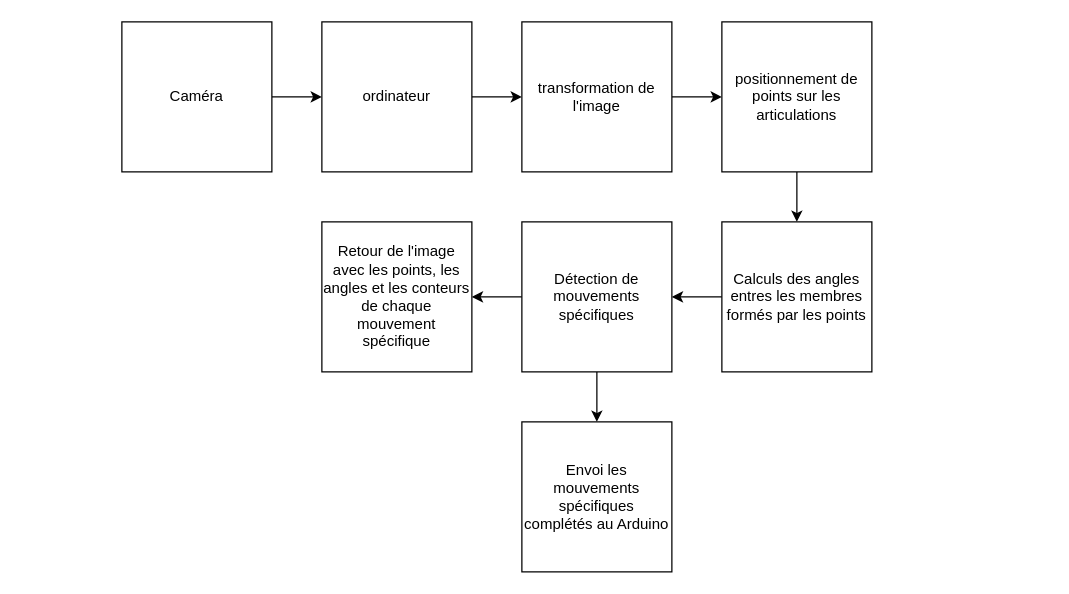
This is Caméra_Python.drawio from ThomasMaher027/Uppercut, a draw.io file, before an edit. Source tidied: cells renumbered, new cells numbered last; positions are measured from the earlier drawing's top-left corner, leaving out a move shared by most shapes. Both pictures are drawn from the tidied source at 125%, with x=0, y=0 at pixel (121, 21).
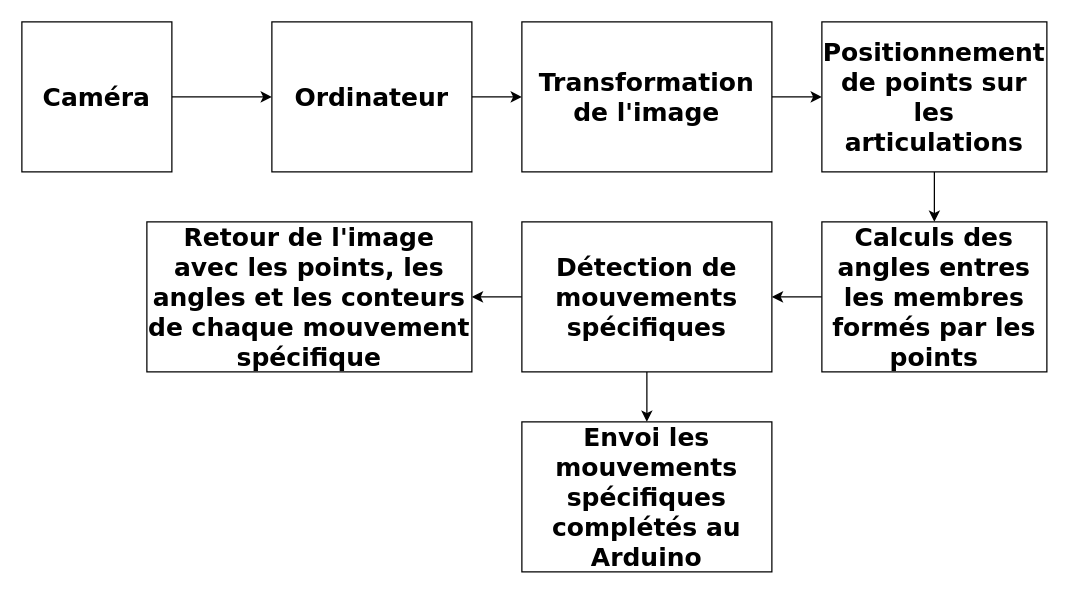
After the change.

What changed in the source:
```diff
@@
 <mxGraphModel>
   <root>
     <mxCell id="0" />
     <mxCell id="1" parent="0" />
     <mxCell id="2" style="edgeStyle=orthogonalEdgeStyle;rounded=0;jettySize=auto;html=1;exitX=1;exitY=0.5;exitDx=0;exitDy=0;entryX=0;entryY=0.5;entryDx=0;entryDy=0;" parent="1" edge="1" source="3" target="7">
       <mxGeometry relative="1" as="geometry" />
     </mxCell>
-    <mxCell id="3" value="ordinateur" style="rounded=0;whiteSpace=wrap;html=1;" parent="1" vertex="1">
-      <mxGeometry x="160" width="120" height="120" as="geometry" />
+    <mxCell id="3" value="&lt;font size=&quot;1&quot; face=&quot;Verdana&quot;&gt;&lt;b style=&quot;font-size: 20px;&quot;&gt;Ordinateur&lt;/b&gt;&lt;/font&gt;" style="rounded=0;whiteSpace=wrap;html=1;" parent="1" vertex="1">
+      <mxGeometry x="120" width="160" height="120" as="geometry" />
     </mxCell>
     <mxCell id="4" style="edgeStyle=orthogonalEdgeStyle;rounded=0;jettySize=auto;html=1;exitX=1;exitY=0.5;exitDx=0;exitDy=0;entryX=0;entryY=0.5;entryDx=0;entryDy=0;" parent="1" edge="1" source="5" target="3">
       <mxGeometry relative="1" as="geometry" />
     </mxCell>
-    <mxCell id="5" value="Caméra" style="rounded=0;whiteSpace=wrap;html=1;" parent="1" vertex="1">
-      <mxGeometry width="120" height="120" as="geometry" />
+    <mxCell id="5" value="&lt;font style=&quot;font-size: 20px;&quot; face=&quot;Verdana&quot;&gt;&lt;b&gt;Caméra&lt;/b&gt;&lt;/font&gt;" style="rounded=0;whiteSpace=wrap;html=1;" parent="1" vertex="1">
+      <mxGeometry x="-80" width="120" height="120" as="geometry" />
     </mxCell>
     <mxCell id="6" style="edgeStyle=orthogonalEdgeStyle;rounded=0;jettySize=auto;html=1;exitX=1;exitY=0.5;exitDx=0;exitDy=0;entryX=0;entryY=0.5;entryDx=0;entryDy=0;" parent="1" edge="1" source="7" target="9">
       <mxGeometry relative="1" as="geometry" />
     </mxCell>
-    <mxCell id="7" value="transformation de l'image" style="rounded=0;whiteSpace=wrap;html=1;" parent="1" vertex="1">
-      <mxGeometry x="320" width="120" height="120" as="geometry" />
+    <mxCell id="7" value="&lt;font size=&quot;1&quot; face=&quot;Verdana&quot;&gt;&lt;b style=&quot;font-size: 20px;&quot;&gt;Transformation de l'image&lt;/b&gt;&lt;/font&gt;" style="rounded=0;whiteSpace=wrap;html=1;" parent="1" vertex="1">
+      <mxGeometry x="320" width="200" height="120" as="geometry" />
     </mxCell>
     <mxCell id="8" style="edgeStyle=orthogonalEdgeStyle;rounded=0;jettySize=auto;html=1;exitX=0.5;exitY=1;exitDx=0;exitDy=0;entryX=0.5;entryY=0;entryDx=0;entryDy=0;" parent="1" edge="1" source="9" target="11">
       <mxGeometry relative="1" as="geometry" />
     </mxCell>
-    <mxCell id="9" value="positionnement de points sur les articulations" style="rounded=0;whiteSpace=wrap;html=1;" parent="1" vertex="1">
-      <mxGeometry x="480" width="120" height="120" as="geometry" />
+    <mxCell id="9" value="&lt;b&gt;&lt;font style=&quot;font-size: 20px;&quot; face=&quot;Verdana&quot;&gt;Positionnement de points sur les articulations&lt;/font&gt;&lt;/b&gt;" style="rounded=0;whiteSpace=wrap;html=1;" parent="1" vertex="1">
+      <mxGeometry x="560" width="180" height="120" as="geometry" />
     </mxCell>
     <mxCell id="10" style="edgeStyle=orthogonalEdgeStyle;rounded=0;jettySize=auto;html=1;exitX=0;exitY=0.5;exitDx=0;exitDy=0;" parent="1" edge="1" source="11" target="14">
       <mxGeometry relative="1" as="geometry" />
     </mxCell>
-    <mxCell id="11" value="Calculs des angles entres les membres formés par les points" style="rounded=0;whiteSpace=wrap;html=1;" parent="1" vertex="1">
-      <mxGeometry x="480" y="160" width="120" height="120" as="geometry" />
+    <mxCell id="11" value="&lt;font size=&quot;1&quot; face=&quot;Verdana&quot;&gt;&lt;b style=&quot;font-size: 20px;&quot;&gt;Calculs des angles entres les membres formés par les points&lt;/b&gt;&lt;/font&gt;" style="rounded=0;whiteSpace=wrap;html=1;" parent="1" vertex="1">
+      <mxGeometry x="560" y="160" width="180" height="120" as="geometry" />
     </mxCell>
     <mxCell id="12" style="edgeStyle=orthogonalEdgeStyle;rounded=0;jettySize=auto;html=1;exitX=0;exitY=0.5;exitDx=0;exitDy=0;" parent="1" edge="1" source="14" target="15">
       <mxGeometry relative="1" as="geometry" />
     </mxCell>
     <mxCell id="13" style="edgeStyle=orthogonalEdgeStyle;rounded=0;jettySize=auto;html=1;exitX=0.5;exitY=1;exitDx=0;exitDy=0;entryX=0.5;entryY=0;entryDx=0;entryDy=0;" parent="1" edge="1" source="14" target="16">
       <mxGeometry relative="1" as="geometry" />
     </mxCell>
-    <mxCell id="14" value="Détection de mouvements spécifiques" style="rounded=0;whiteSpace=wrap;html=1;" parent="1" vertex="1">
-      <mxGeometry x="320" y="160" width="120" height="120" as="geometry" />
+    <mxCell id="14" value="&lt;font style=&quot;font-size: 20px;&quot; face=&quot;Verdana&quot;&gt;&lt;b&gt;Détection de mouvements spécifiques&lt;/b&gt;&lt;/font&gt;" style="rounded=0;whiteSpace=wrap;html=1;" parent="1" vertex="1">
+      <mxGeometry x="320" y="160" width="200" height="120" as="geometry" />
     </mxCell>
-    <mxCell id="15" value="Retour de l'image avec les points, les angles et les conteurs de chaque mouvement spécifique" style="rounded=0;whiteSpace=wrap;html=1;" parent="1" vertex="1">
-      <mxGeometry x="160" y="160" width="120" height="120" as="geometry" />
+    <mxCell id="15" value="&lt;font size=&quot;1&quot; face=&quot;Verdana&quot;&gt;&lt;b style=&quot;font-size: 20px;&quot;&gt;Retour de l'image avec les points, les angles et les conteurs de chaque mouvement spécifique&lt;/b&gt;&lt;/font&gt;" style="rounded=0;whiteSpace=wrap;html=1;" parent="1" vertex="1">
+      <mxGeometry x="20" y="160" width="260" height="120" as="geometry" />
     </mxCell>
-    <mxCell id="16" value="Envoi les mouvements spécifiques complétés au Arduino" style="rounded=0;whiteSpace=wrap;html=1;" parent="1" vertex="1">
-      <mxGeometry x="320" y="320" width="120" height="120" as="geometry" />
+    <mxCell id="16" value="&lt;font size=&quot;1&quot; style=&quot;&quot; face=&quot;Verdana&quot;&gt;&lt;b style=&quot;font-size: 20px;&quot;&gt;Envoi les mouvements spécifiques complétés au Arduino&lt;/b&gt;&lt;/font&gt;" style="rounded=0;whiteSpace=wrap;html=1;" parent="1" vertex="1">
+      <mxGeometry x="320" y="320" width="200" height="120" as="geometry" />
     </mxCell>
   </root>
 </mxGraphModel>
```
